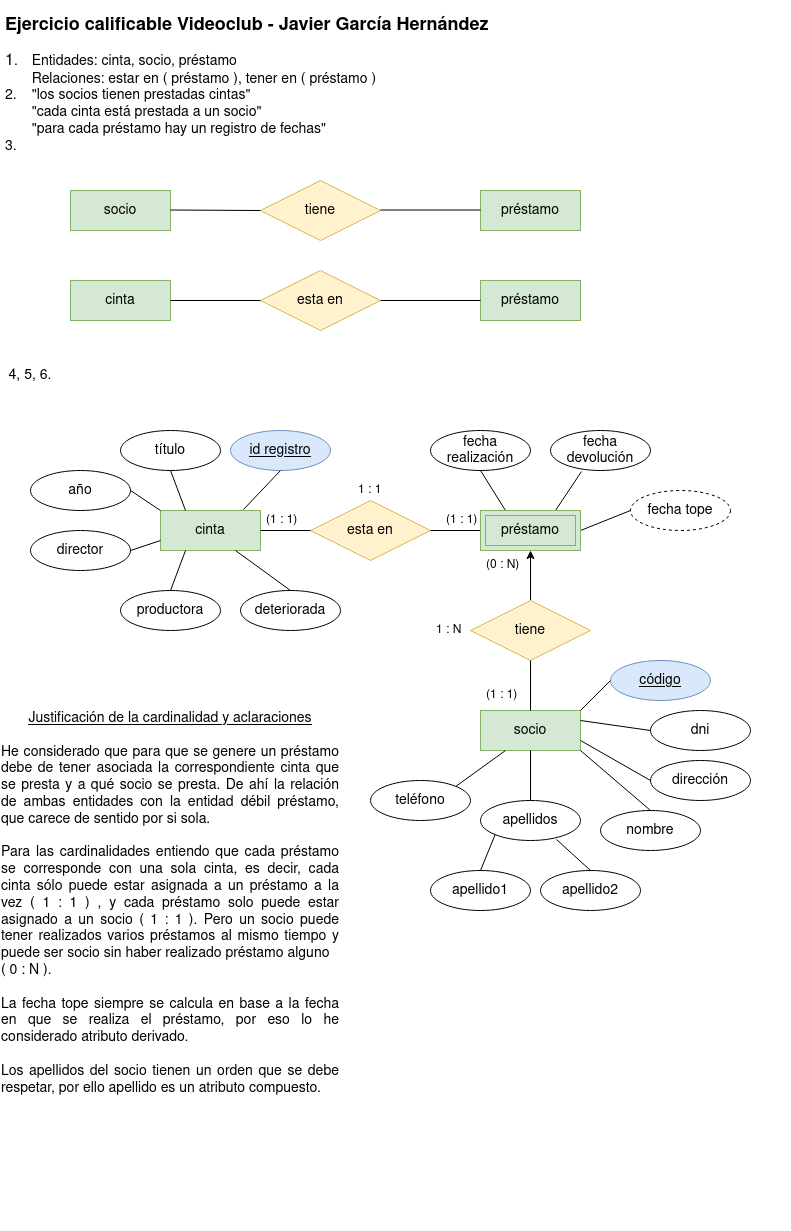
Above: ejercicioevaluable1.png in javigh193/bae (draw.io), before the change. Source tidied: cells renumbered, new cells last; positions are measured from the earlier drawing's top-left corner, leaving out a move shared by most shapes.
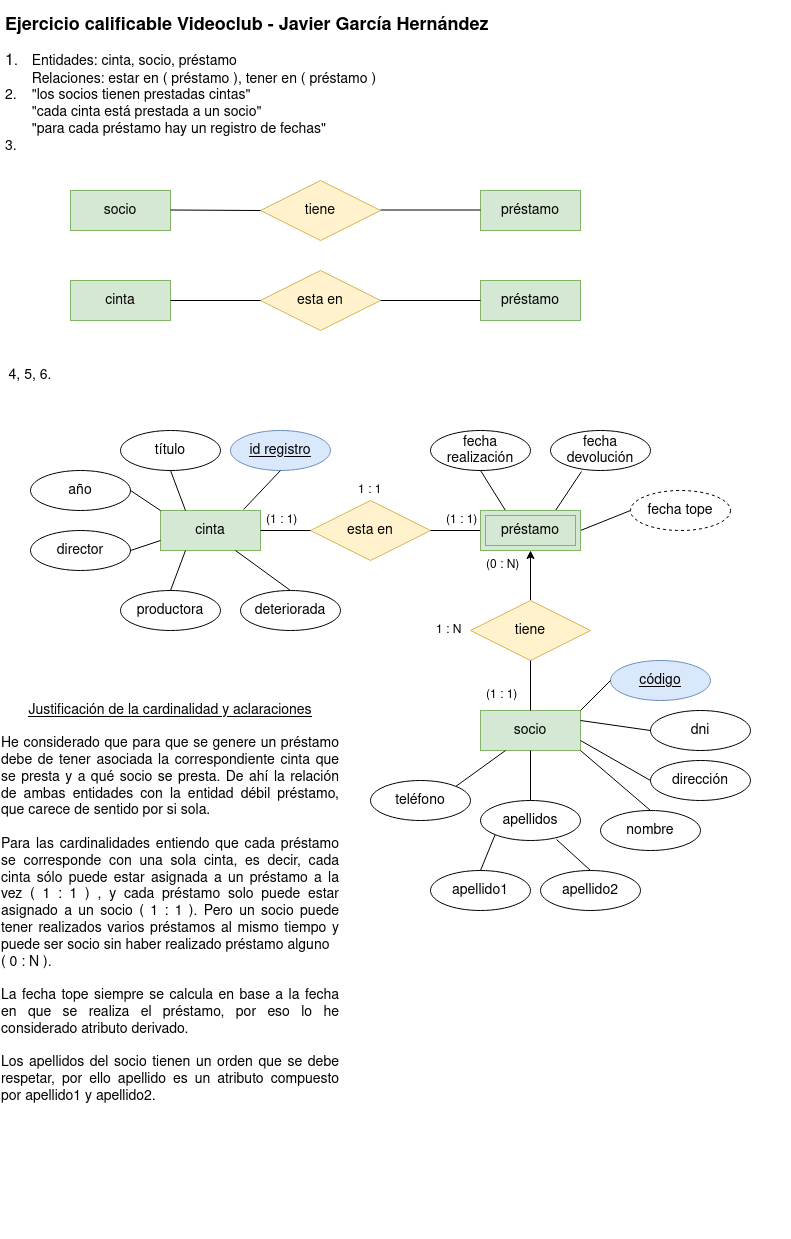
Later version of the same file.

Diff of the diagram source:
```diff
@@ -200,7 +200,7 @@
     <mxCell id="62" value="1 : N" style="text;strokeColor=none;fillColor=none;spacingLeft=4;spacingRight=4;overflow=hidden;fontSize=12;" parent="1" vertex="1">
       <mxGeometry x="430" y="605" width="50" height="30" as="geometry" />
     </mxCell>
-    <mxCell id="63" value="&lt;div&gt;&lt;u&gt;Justificación de la cardinalidad y aclaraciones&lt;br&gt;&lt;/u&gt;&lt;/div&gt;&lt;div&gt;&lt;u&gt;&lt;br&gt;&lt;/u&gt;&lt;/div&gt;&lt;div align=&quot;justify&quot;&gt;He considerado que para que se genere un préstamo debe de tener asociada la correspondiente cinta que se presta y a qué socio se presta. De ahí la relación de ambas entidades con la entidad débil préstamo, que carece de sentido por si sola.&lt;/div&gt;&lt;div align=&quot;justify&quot;&gt;&lt;br&gt;&lt;/div&gt;&lt;div align=&quot;justify&quot;&gt;Para las cardinalidades entiendo que cada préstamo se corresponde con una sola cinta, es decir, cada cinta sólo puede estar asignada a un préstamo a la vez ( 1 : 1 ) , y cada préstamo solo puede estar asignado a un socio ( 1 : 1 ). Pero un socio puede tener realizados varios préstamos al mismo tiempo y puede ser socio sin haber realizado préstamo alguno &lt;br&gt;&lt;/div&gt;&lt;div align=&quot;justify&quot;&gt;( 0 : N ).&lt;/div&gt;&lt;div align=&quot;justify&quot;&gt;&lt;br&gt;&lt;/div&gt;&lt;div align=&quot;justify&quot;&gt;La fecha tope siempre se calcula en base a la fecha en que se realiza el préstamo, por eso lo he considerado atributo derivado.&lt;/div&gt;&lt;div align=&quot;justify&quot;&gt;&lt;br&gt;&lt;/div&gt;&lt;div align=&quot;justify&quot;&gt;Los apellidos del socio tienen un orden que se debe respetar, por ello apellido es un atributo compuesto. &lt;br&gt;&lt;/div&gt;&lt;div&gt;&lt;u&gt;&lt;br&gt;&lt;/u&gt;&lt;/div&gt;&lt;div&gt;&lt;u&gt;&lt;br&gt;&lt;/u&gt;&lt;/div&gt;&lt;div&gt;&lt;u&gt;&lt;br&gt;&lt;/u&gt;&lt;/div&gt;&lt;div&gt;&lt;u&gt;&lt;br&gt;&lt;/u&gt;&lt;/div&gt;&lt;div&gt;&lt;u&gt;&lt;br&gt;&lt;/u&gt;&lt;/div&gt;&lt;div&gt;&lt;u&gt;&lt;br&gt;&lt;/u&gt;&lt;/div&gt;&lt;div&gt;&lt;u&gt;&lt;br&gt;&lt;/u&gt;&lt;/div&gt;&lt;div&gt;&lt;u&gt;&lt;br&gt;&lt;/u&gt;&lt;/div&gt;" style="text;html=1;strokeColor=none;fillColor=none;align=center;verticalAlign=middle;whiteSpace=wrap;rounded=0;fontSize=14;" parent="1" vertex="1">
+    <mxCell id="63" value="&lt;div&gt;&lt;u&gt;Justificación de la cardinalidad y aclaraciones&lt;br&gt;&lt;/u&gt;&lt;/div&gt;&lt;div&gt;&lt;u&gt;&lt;br&gt;&lt;/u&gt;&lt;/div&gt;&lt;div align=&quot;justify&quot;&gt;He considerado que para que se genere un préstamo debe de tener asociada la correspondiente cinta que se presta y a qué socio se presta. De ahí la relación de ambas entidades con la entidad débil préstamo, que carece de sentido por si sola.&lt;br&gt;&lt;/div&gt;&lt;div align=&quot;justify&quot;&gt;&lt;br&gt;&lt;/div&gt;&lt;div align=&quot;justify&quot;&gt;Para las cardinalidades entiendo que cada préstamo se corresponde con una sola cinta, es decir, cada cinta sólo puede estar asignada a un préstamo a la vez ( 1 : 1 ) , y cada préstamo solo puede estar asignado a un socio ( 1 : 1 ). Pero un socio puede tener realizados varios préstamos al mismo tiempo y puede ser socio sin haber realizado préstamo alguno &lt;br&gt;&lt;/div&gt;&lt;div align=&quot;justify&quot;&gt;( 0 : N ).&lt;/div&gt;&lt;div align=&quot;justify&quot;&gt;&lt;br&gt;&lt;/div&gt;&lt;div align=&quot;justify&quot;&gt;La fecha tope siempre se calcula en base a la fecha en que se realiza el préstamo, por eso lo he considerado atributo derivado.&lt;/div&gt;&lt;div align=&quot;justify&quot;&gt;&lt;br&gt;&lt;/div&gt;&lt;div align=&quot;justify&quot;&gt;Los apellidos del socio tienen un orden que se debe respetar, por ello apellido es un atributo compuesto por apellido1 y apellido2.&lt;br&gt;&lt;/div&gt;&lt;div&gt;&lt;u&gt;&lt;br&gt;&lt;/u&gt;&lt;/div&gt;&lt;div&gt;&lt;u&gt;&lt;br&gt;&lt;/u&gt;&lt;/div&gt;&lt;div&gt;&lt;u&gt;&lt;br&gt;&lt;/u&gt;&lt;/div&gt;&lt;div&gt;&lt;u&gt;&lt;br&gt;&lt;/u&gt;&lt;/div&gt;&lt;div&gt;&lt;u&gt;&lt;br&gt;&lt;/u&gt;&lt;/div&gt;&lt;div&gt;&lt;u&gt;&lt;br&gt;&lt;/u&gt;&lt;/div&gt;&lt;div&gt;&lt;u&gt;&lt;br&gt;&lt;/u&gt;&lt;/div&gt;&lt;div&gt;&lt;u&gt;&lt;br&gt;&lt;/u&gt;&lt;/div&gt;" style="text;html=1;strokeColor=none;fillColor=none;align=center;verticalAlign=middle;whiteSpace=wrap;rounded=0;fontSize=14;" parent="1" vertex="1">
       <mxGeometry y="800" width="340" height="320" as="geometry" />
     </mxCell>
   </root>
```
